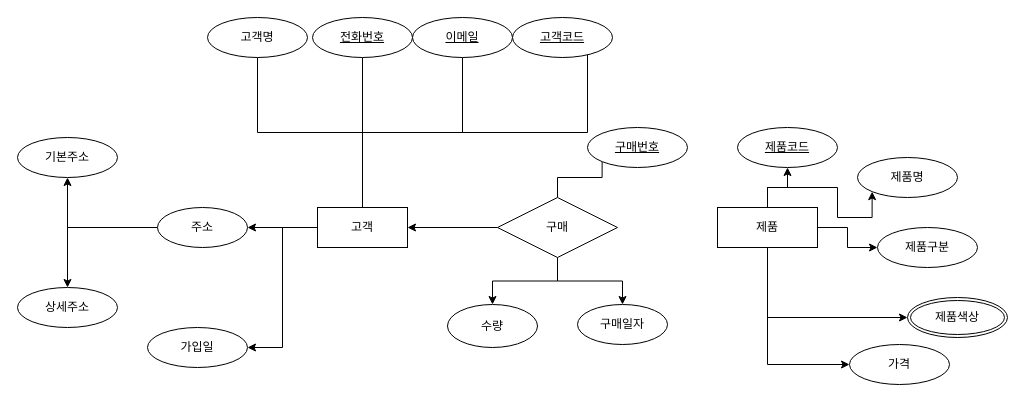
Before: page "페이지-1" (1 of 2) of 제목 없는 다이어그램.drawio in Heailey/ERD, a draw.io diagram. Source tidied: cells renumbered, new cells numbered last; positions are measured from the earlier drawing's top-left corner, leaving out a move shared by most shapes. Both pictures are drawn from the tidied source at 100%, with x=0, y=0 at pixel (17, 17).
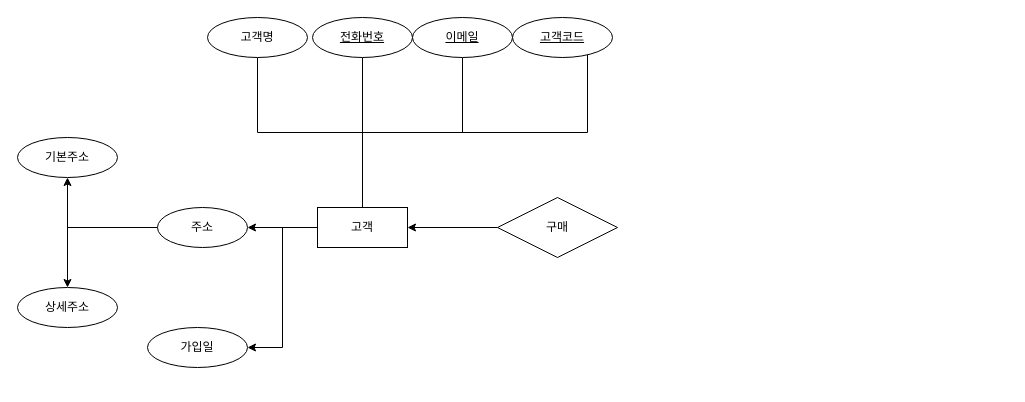
After the change.

Commit message:
제목 없는 다이어그램.drawio 업데이트

Unchanged cells that the change refers to:
```xml
<mxCell id="23" value="구매" style="shape=rhombus;perimeter=rhombusPerimeter;whiteSpace=wrap;html=1;align=center;" parent="1" vertex="1">
  <mxGeometry x="480" y="180" width="120" height="60" as="geometry" />
</mxCell>
```

The edit, as a diff of the source:
```diff
@@
-    <mxCell id="20" style="edgeStyle=orthogonalEdgeStyle;rounded=0;jettySize=auto;html=1;exitX=0.5;exitY=1;exitDx=0;exitDy=0;" parent="1" edge="1" source="23" target="30">
-      <mxGeometry relative="1" as="geometry" />
-    </mxCell>
-    <mxCell id="21" style="edgeStyle=orthogonalEdgeStyle;rounded=0;jettySize=auto;html=1;exitX=0.5;exitY=1;exitDx=0;exitDy=0;entryX=0.5;entryY=0;entryDx=0;entryDy=0;" parent="1" edge="1" source="23" target="31">
-      <mxGeometry relative="1" as="geometry" />
-    </mxCell>
-    <mxCell id="22" style="edgeStyle=orthogonalEdgeStyle;rounded=0;jettySize=auto;html=1;exitX=0.5;exitY=0;exitDx=0;exitDy=0;entryX=0;entryY=1;entryDx=0;entryDy=0;endArrow=none;endFill=0;" parent="1" edge="1" source="23" target="37">
-      <mxGeometry relative="1" as="geometry" />
-    </mxCell>
@@
-    <mxCell id="24" style="edgeStyle=orthogonalEdgeStyle;rounded=0;jettySize=auto;html=1;exitX=0.5;exitY=0;exitDx=0;exitDy=0;" parent="1" edge="1" source="29" target="32">
-      <mxGeometry relative="1" as="geometry" />
-    </mxCell>
-    <mxCell id="25" style="edgeStyle=orthogonalEdgeStyle;rounded=0;jettySize=auto;html=1;exitX=0.5;exitY=0;exitDx=0;exitDy=0;entryX=0;entryY=1;entryDx=0;entryDy=0;" parent="1" edge="1" source="29" target="33">
-      <mxGeometry relative="1" as="geometry" />
-    </mxCell>
-    <mxCell id="26" style="edgeStyle=orthogonalEdgeStyle;rounded=0;jettySize=auto;html=1;exitX=1;exitY=0.5;exitDx=0;exitDy=0;" parent="1" edge="1" source="29" target="34">
-      <mxGeometry relative="1" as="geometry" />
-    </mxCell>
-    <mxCell id="27" style="edgeStyle=orthogonalEdgeStyle;rounded=0;jettySize=auto;html=1;exitX=0.5;exitY=1;exitDx=0;exitDy=0;entryX=0;entryY=0.5;entryDx=0;entryDy=0;" parent="1" edge="1" source="29" target="35">
-      <mxGeometry relative="1" as="geometry" />
-    </mxCell>
-    <mxCell id="28" style="edgeStyle=orthogonalEdgeStyle;rounded=0;jettySize=auto;html=1;exitX=0.5;exitY=1;exitDx=0;exitDy=0;entryX=0;entryY=0.5;entryDx=0;entryDy=0;" parent="1" edge="1" source="29" target="36">
-      <mxGeometry relative="1" as="geometry" />
-    </mxCell>
-    <mxCell id="29" value="제품" style="whiteSpace=wrap;html=1;align=center;" parent="1" vertex="1">
-      <mxGeometry x="700" y="190" width="100" height="40" as="geometry" />
-    </mxCell>
-    <mxCell id="30" value="수량" style="ellipse;whiteSpace=wrap;html=1;align=center;" parent="1" vertex="1">
-      <mxGeometry x="430" y="287" width="90" height="43" as="geometry" />
-    </mxCell>
-    <mxCell id="31" value="구매일자" style="ellipse;whiteSpace=wrap;html=1;align=center;" parent="1" vertex="1">
-      <mxGeometry x="560" y="287" width="90" height="40" as="geometry" />
-    </mxCell>
-    <mxCell id="32" value="제품코드" style="ellipse;whiteSpace=wrap;html=1;align=center;fontStyle=4;" parent="1" vertex="1">
-      <mxGeometry x="720" y="110" width="100" height="40" as="geometry" />
-    </mxCell>
-    <mxCell id="33" value="제품명" style="ellipse;whiteSpace=wrap;html=1;align=center;" parent="1" vertex="1">
-      <mxGeometry x="840" y="140" width="100" height="40" as="geometry" />
-    </mxCell>
-    <mxCell id="34" value="제품구분" style="ellipse;whiteSpace=wrap;html=1;align=center;" parent="1" vertex="1">
-      <mxGeometry x="860" y="210" width="100" height="40" as="geometry" />
-    </mxCell>
-    <mxCell id="35" value="제품색상" style="ellipse;shape=doubleEllipse;margin=3;whiteSpace=wrap;html=1;align=center;" parent="1" vertex="1">
-      <mxGeometry x="890" y="280" width="100" height="40" as="geometry" />
-    </mxCell>
-    <mxCell id="36" value="가격" style="ellipse;whiteSpace=wrap;html=1;align=center;" parent="1" vertex="1">
-      <mxGeometry x="832" y="327" width="100" height="40" as="geometry" />
-    </mxCell>
-    <mxCell id="37" value="구매번호" style="ellipse;whiteSpace=wrap;html=1;align=center;fontStyle=4;" parent="1" vertex="1">
-      <mxGeometry x="570" y="110" width="100" height="40" as="geometry" />
-    </mxCell>
```
